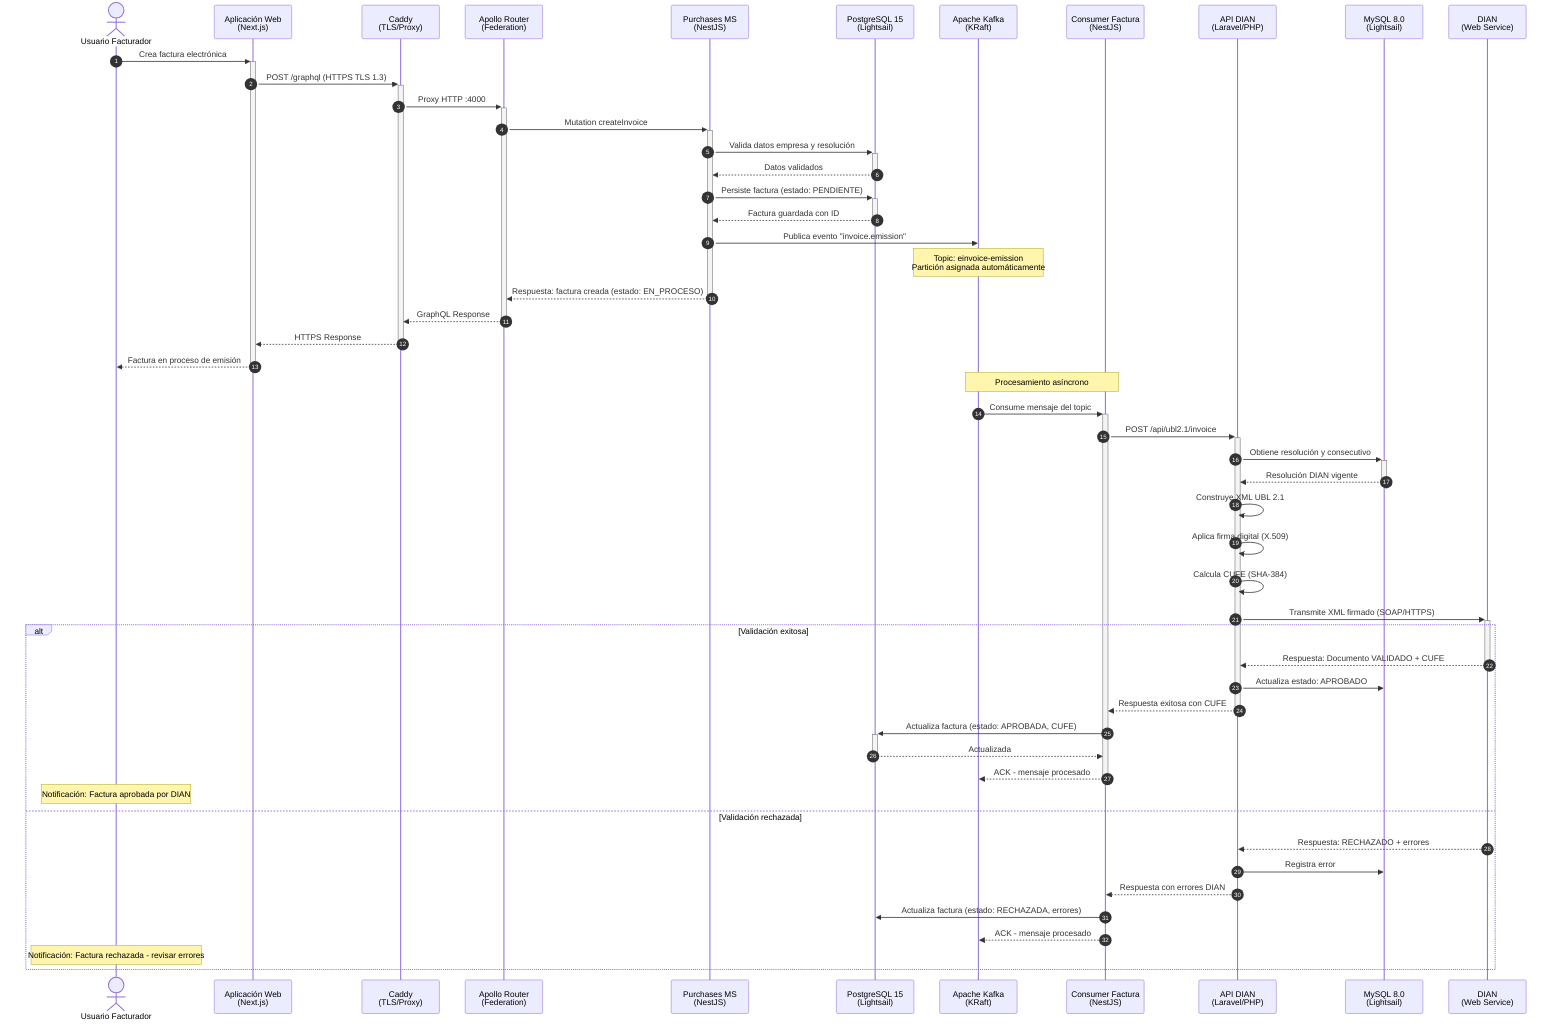
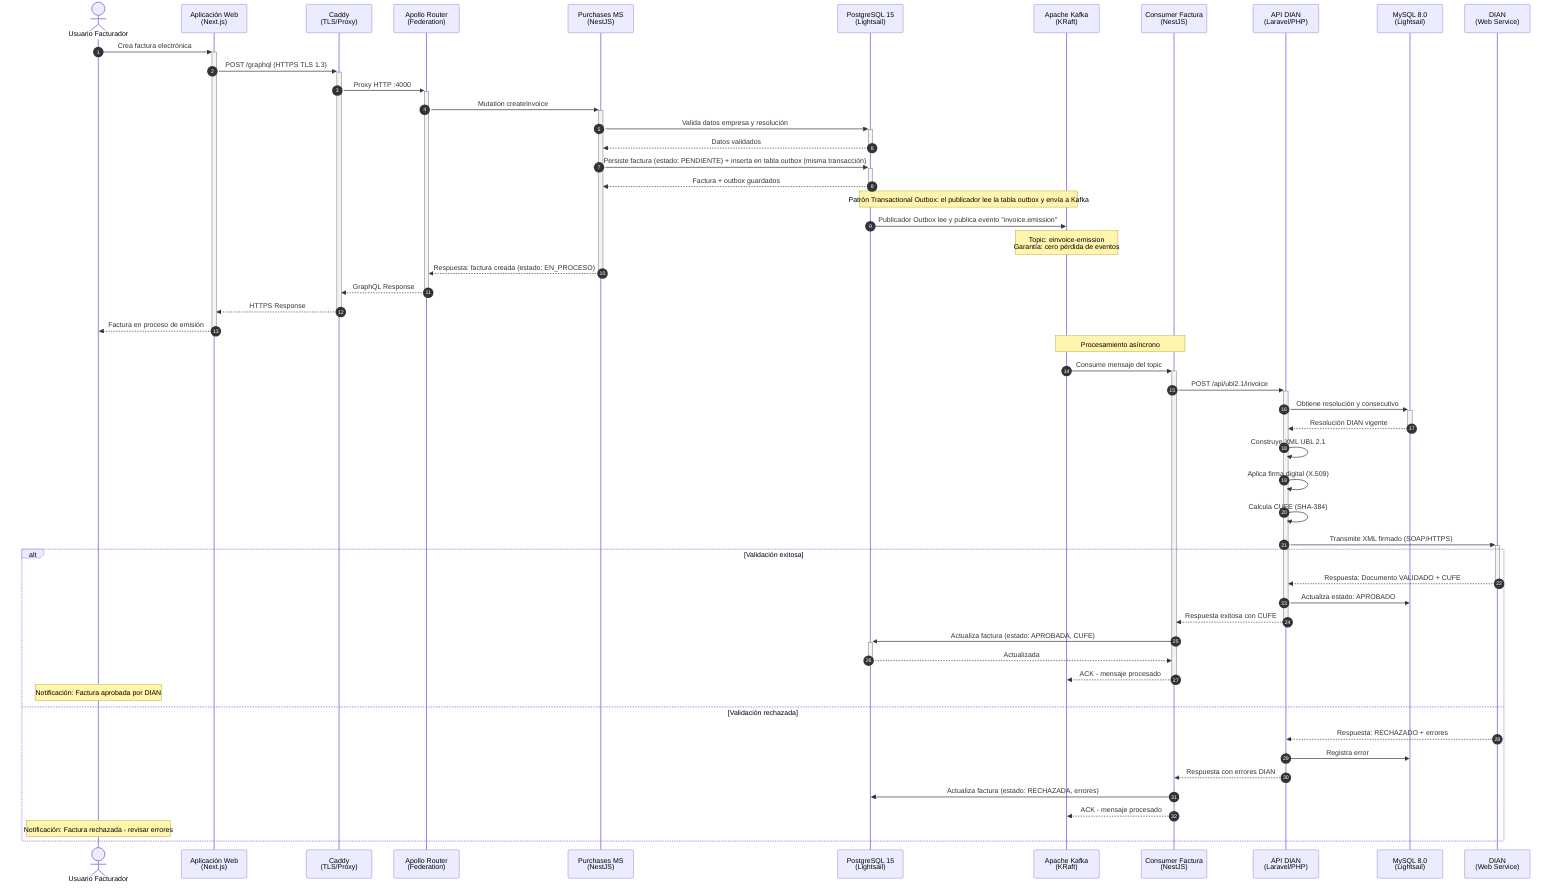
%% Flujo de Emisión de Factura Electrónica
sequenceDiagram
    autonumber
    actor Usuario as Usuario Facturador
    participant App as Aplicación Web<br/>(Next.js)
    participant Caddy as Caddy<br/>(TLS/Proxy)
    participant Router as Apollo Router<br/>(Federation)
    participant Purchases as Purchases MS<br/>(NestJS)
    participant DB as PostgreSQL 15<br/>(Lightsail)
    participant Kafka as Apache Kafka<br/>(KRaft)
    participant Consumer as Consumer Factura<br/>(NestJS)
    participant DIAN_API as API DIAN<br/>(Laravel/PHP)
    participant MySQL as MySQL 8.0<br/>(Lightsail)
    participant DIAN as DIAN<br/>(Web Service)

    Usuario->>+App: Crea factura electrónica
    App->>+Caddy: POST /graphql (HTTPS TLS 1.3)
    Caddy->>+Router: Proxy HTTP :4000
    Router->>+Purchases: Mutation createInvoice

    Purchases->>+DB: Valida datos empresa y resolución
    DB-->>-Purchases: Datos validados

-     Purchases->>+DB: Persiste factura (estado: PENDIENTE)
-     DB-->>-Purchases: Factura guardada con ID
+     Purchases->>+DB: Persiste factura (estado: PENDIENTE) + inserta en tabla outbox (misma transacción)
+     DB-->>-Purchases: Factura + outbox guardados

-     Purchases->>Kafka: Publica evento "invoice.emission"
-     Note over Kafka: Topic: einvoice-emission<br/>Partición asignada automáticamente
+     Note over DB,Kafka: Patrón Transactional Outbox: el publicador lee la tabla outbox y envía a Kafka
+ 
+     DB->>Kafka: Publicador Outbox lee y publica evento "invoice.emission"
+     Note over Kafka: Topic: einvoice-emission<br/>Garantía: cero pérdida de eventos

    Purchases-->>-Router: Respuesta: factura creada (estado: EN_PROCESO)
    Router-->>-Caddy: GraphQL Response
    Caddy-->>-App: HTTPS Response
    App-->>-Usuario: Factura en proceso de emisión

    Note over Kafka,Consumer: Procesamiento asíncrono

    Kafka->>+Consumer: Consume mensaje del topic
    Consumer->>+DIAN_API: POST /api/ubl2.1/invoice

    DIAN_API->>+MySQL: Obtiene resolución y consecutivo
    MySQL-->>-DIAN_API: Resolución DIAN vigente

    DIAN_API->>DIAN_API: Construye XML UBL 2.1
    DIAN_API->>DIAN_API: Aplica firma digital (X.509)
    DIAN_API->>DIAN_API: Calcula CUFE (SHA-384)

    DIAN_API->>+DIAN: Transmite XML firmado (SOAP/HTTPS)

    alt Validación exitosa
        DIAN-->>-DIAN_API: Respuesta: Documento VALIDADO + CUFE
        DIAN_API->>MySQL: Actualiza estado: APROBADO
        DIAN_API-->>-Consumer: Respuesta exitosa con CUFE

        Consumer->>+DB: Actualiza factura (estado: APROBADA, CUFE)
        DB-->>-Consumer: Actualizada

        Consumer-->>-Kafka: ACK - mensaje procesado

        Note over Usuario: Notificación: Factura aprobada por DIAN
    else Validación rechazada
        DIAN-->>DIAN_API: Respuesta: RECHAZADO + errores
        DIAN_API->>MySQL: Registra error
        DIAN_API-->>Consumer: Respuesta con errores DIAN

        Consumer->>DB: Actualiza factura (estado: RECHAZADA, errores)
        Consumer-->>Kafka: ACK - mensaje procesado

        Note over Usuario: Notificación: Factura rechazada - revisar errores
    end
